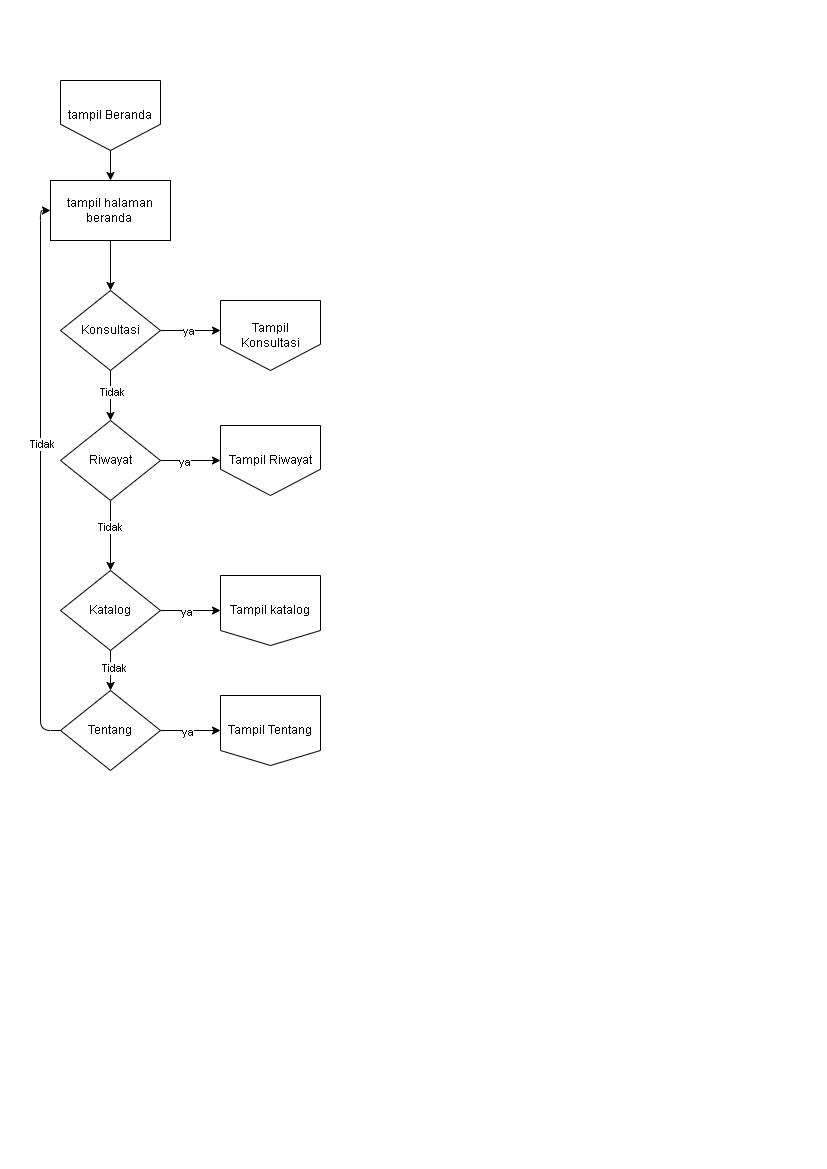
This is diagram/flowchart/beranda_user.png from Jinsky/Jinsky, a draw.io export, as it was before one commit. Source tidied: cells renumbered, new cells last; positions are measured from the earlier drawing's top-left corner, leaving out a move shared by most shapes. The source it was exported from:
```xml
<mxGraphModel>
  <root>
    <mxCell id="0" />
    <mxCell id="1" parent="0" />
    <mxCell id="2" style="rounded=0;whiteSpace=wrap;html=1;fillColor=#ffffff;strokeColor=none;" parent="1" vertex="1">
      <mxGeometry width="827" height="1169" as="geometry" />
    </mxCell>
    <mxCell id="3" style="edgeStyle=none;html=1;" parent="1" edge="1" source="7">
      <mxGeometry relative="1" as="geometry">
        <mxPoint x="220" y="330" as="targetPoint" />
      </mxGeometry>
    </mxCell>
    <mxCell id="4" value="ya" style="edgeLabel;html=1;align=center;verticalAlign=middle;" parent="3" vertex="1">
      <mxGeometry x="-0.11" relative="1" as="geometry" />
    </mxCell>
    <mxCell id="5" style="edgeStyle=none;html=1;" parent="1" edge="1" source="7" target="12">
      <mxGeometry relative="1" as="geometry" />
    </mxCell>
    <mxCell id="6" value="Tidak" style="edgeLabel;html=1;align=center;verticalAlign=middle;" parent="5" vertex="1">
      <mxGeometry x="-0.18" y="1" relative="1" as="geometry" />
    </mxCell>
    <mxCell id="7" value="Konsultasi" style="rhombus;whiteSpace=wrap;html=1;fontSize=12;fillColor=#ffffff;strokeColor=#000000;" parent="1" vertex="1">
      <mxGeometry x="60" y="290" width="100" height="80" as="geometry" />
    </mxCell>
    <mxCell id="8" style="edgeStyle=none;html=1;" parent="1" edge="1" source="12" target="23">
      <mxGeometry relative="1" as="geometry" />
    </mxCell>
    <mxCell id="9" value="ya" style="edgeLabel;html=1;align=center;verticalAlign=middle;" parent="8" vertex="1">
      <mxGeometry x="-0.24" y="-1" relative="1" as="geometry" />
    </mxCell>
    <mxCell id="10" style="edgeStyle=none;html=1;" parent="1" edge="1" source="12" target="17">
      <mxGeometry relative="1" as="geometry" />
    </mxCell>
    <mxCell id="11" value="Tidak" style="edgeLabel;html=1;align=center;verticalAlign=middle;" parent="10" vertex="1">
      <mxGeometry x="-0.25" y="-1" relative="1" as="geometry" />
    </mxCell>
    <mxCell id="12" value="Riwayat" style="rhombus;whiteSpace=wrap;html=1;fontSize=12;fillColor=#ffffff;strokeColor=#000000;" parent="1" vertex="1">
      <mxGeometry x="60" y="420" width="100" height="80" as="geometry" />
    </mxCell>
    <mxCell id="13" style="edgeStyle=none;html=1;" parent="1" edge="1" source="17" target="24">
      <mxGeometry relative="1" as="geometry" />
    </mxCell>
    <mxCell id="14" value="ya" style="edgeLabel;html=1;align=center;verticalAlign=middle;" parent="13" vertex="1">
      <mxGeometry x="-0.17" y="-1" relative="1" as="geometry" />
    </mxCell>
    <mxCell id="15" style="edgeStyle=none;html=1;" parent="1" edge="1" source="17" target="29">
      <mxGeometry relative="1" as="geometry" />
    </mxCell>
    <mxCell id="16" value="Tidak" style="edgeLabel;html=1;align=center;verticalAlign=middle;" parent="15" vertex="1">
      <mxGeometry x="-0.17" y="3" relative="1" as="geometry" />
    </mxCell>
    <mxCell id="17" value="Katalog" style="rhombus;whiteSpace=wrap;html=1;fontSize=12;fillColor=#ffffff;strokeColor=#000000;" parent="1" vertex="1">
      <mxGeometry x="60" y="570" width="100" height="80" as="geometry" />
    </mxCell>
    <mxCell id="18" style="edgeStyle=none;html=1;" parent="1" edge="1" source="19" target="7">
      <mxGeometry relative="1" as="geometry" />
    </mxCell>
    <mxCell id="19" value="tampil halaman beranda&amp;nbsp;" style="rounded=0;whiteSpace=wrap;html=1;fontSize=12;fillColor=#ffffff;strokeColor=#000000;" parent="1" vertex="1">
      <mxGeometry x="50" y="180" width="120" height="60" as="geometry" />
    </mxCell>
    <mxCell id="20" style="edgeStyle=none;html=1;" parent="1" edge="1" source="21" target="19">
      <mxGeometry relative="1" as="geometry" />
    </mxCell>
    <mxCell id="21" value="tampil Beranda" style="shape=offPageConnector;whiteSpace=wrap;html=1;" parent="1" vertex="1">
      <mxGeometry x="60" y="80" width="100" height="70" as="geometry" />
    </mxCell>
    <mxCell id="22" value="Tampil Konsultasi" style="shape=offPageConnector;whiteSpace=wrap;html=1;" parent="1" vertex="1">
      <mxGeometry x="220" y="300" width="100" height="70" as="geometry" />
    </mxCell>
    <mxCell id="23" value="Tampil Riwayat" style="shape=offPageConnector;whiteSpace=wrap;html=1;" parent="1" vertex="1">
      <mxGeometry x="220" y="425" width="100" height="70" as="geometry" />
    </mxCell>
    <mxCell id="24" value="Tampil katalog" style="shape=offPageConnector;whiteSpace=wrap;html=1;size=0.21428571428571427;" parent="1" vertex="1">
      <mxGeometry x="220" y="575" width="100" height="70" as="geometry" />
    </mxCell>
    <mxCell id="25" style="edgeStyle=orthogonalEdgeStyle;html=1;entryX=0;entryY=0.5;entryDx=0;entryDy=0;exitX=0;exitY=0.5;exitDx=0;exitDy=0;" parent="1" edge="1" source="29" target="19">
      <mxGeometry relative="1" as="geometry" />
    </mxCell>
    <mxCell id="26" value="Tidak" style="edgeLabel;html=1;align=center;verticalAlign=middle;" parent="25" vertex="1">
      <mxGeometry x="0.12" y="-1" relative="1" as="geometry" />
    </mxCell>
    <mxCell id="27" style="edgeStyle=none;html=1;" parent="1" edge="1" source="29" target="30">
      <mxGeometry relative="1" as="geometry" />
    </mxCell>
    <mxCell id="28" value="ya" style="edgeLabel;html=1;align=center;verticalAlign=middle;" parent="27" vertex="1">
      <mxGeometry x="-0.12" y="-1" relative="1" as="geometry" />
    </mxCell>
    <mxCell id="29" value="Tentang" style="rhombus;whiteSpace=wrap;html=1;fontSize=12;fillColor=#ffffff;strokeColor=#000000;" parent="1" vertex="1">
      <mxGeometry x="60" y="690" width="100" height="80" as="geometry" />
    </mxCell>
    <mxCell id="30" value="Tampil Tentang" style="shape=offPageConnector;whiteSpace=wrap;html=1;size=0.21428571428571427;" parent="1" vertex="1">
      <mxGeometry x="220" y="695" width="100" height="70" as="geometry" />
    </mxCell>
  </root>
</mxGraphModel>
```
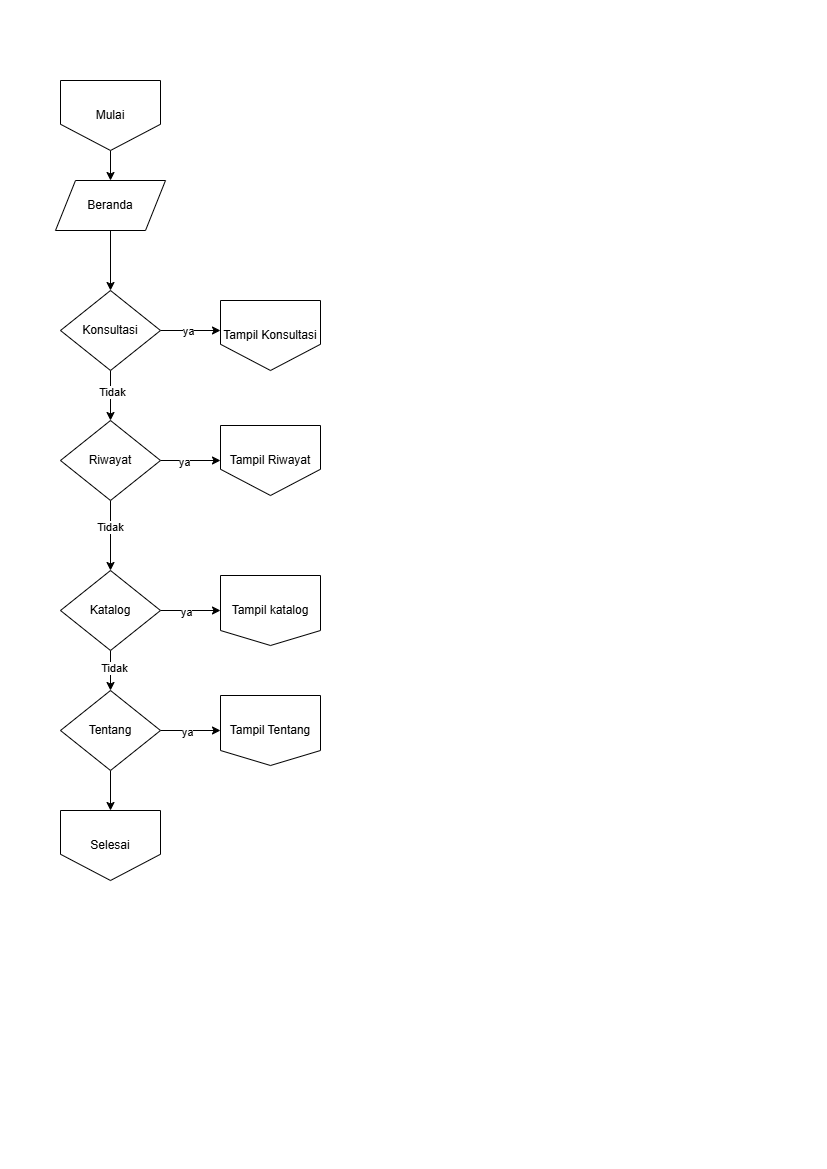
Above is the later version.

Diff of the diagram source:
```diff
@@ -52,16 +52,10 @@
     <mxCell id="17" value="Katalog" style="rhombus;whiteSpace=wrap;html=1;fontSize=12;fillColor=#ffffff;strokeColor=#000000;" parent="1" vertex="1">
       <mxGeometry x="60" y="570" width="100" height="80" as="geometry" />
     </mxCell>
-    <mxCell id="18" style="edgeStyle=none;html=1;" parent="1" edge="1" source="19" target="7">
-      <mxGeometry relative="1" as="geometry" />
-    </mxCell>
-    <mxCell id="19" value="tampil halaman beranda&amp;nbsp;" style="rounded=0;whiteSpace=wrap;html=1;fontSize=12;fillColor=#ffffff;strokeColor=#000000;" parent="1" vertex="1">
-      <mxGeometry x="50" y="180" width="120" height="60" as="geometry" />
-    </mxCell>
-    <mxCell id="20" style="edgeStyle=none;html=1;" parent="1" edge="1" source="21" target="19">
-      <mxGeometry relative="1" as="geometry" />
-    </mxCell>
+    <mxCell id="31" style="edgeStyle=none;html=1;" parent="1" edge="1" source="21" target="34">
+      <mxGeometry relative="1" as="geometry" />
+    </mxCell>
-    <mxCell id="21" value="tampil Beranda" style="shape=offPageConnector;whiteSpace=wrap;html=1;" parent="1" vertex="1">
+    <mxCell id="21" value="Mulai" style="shape=offPageConnector;whiteSpace=wrap;html=1;" parent="1" vertex="1">
       <mxGeometry x="60" y="80" width="100" height="70" as="geometry" />
     </mxCell>
     <mxCell id="22" value="Tampil Konsultasi" style="shape=offPageConnector;whiteSpace=wrap;html=1;" parent="1" vertex="1">
@@ -73,23 +67,29 @@
     <mxCell id="24" value="Tampil katalog" style="shape=offPageConnector;whiteSpace=wrap;html=1;size=0.21428571428571427;" parent="1" vertex="1">
       <mxGeometry x="220" y="575" width="100" height="70" as="geometry" />
     </mxCell>
-    <mxCell id="25" style="edgeStyle=orthogonalEdgeStyle;html=1;entryX=0;entryY=0.5;entryDx=0;entryDy=0;exitX=0;exitY=0.5;exitDx=0;exitDy=0;" parent="1" edge="1" source="29" target="19">
-      <mxGeometry relative="1" as="geometry" />
-    </mxCell>
-    <mxCell id="26" value="Tidak" style="edgeLabel;html=1;align=center;verticalAlign=middle;" parent="25" vertex="1">
-      <mxGeometry x="0.12" y="-1" relative="1" as="geometry" />
-    </mxCell>
     <mxCell id="27" style="edgeStyle=none;html=1;" parent="1" edge="1" source="29" target="30">
       <mxGeometry relative="1" as="geometry" />
     </mxCell>
     <mxCell id="28" value="ya" style="edgeLabel;html=1;align=center;verticalAlign=middle;" parent="27" vertex="1">
       <mxGeometry x="-0.12" y="-1" relative="1" as="geometry" />
     </mxCell>
+    <mxCell id="32" style="edgeStyle=none;html=1;" parent="1" edge="1" source="29" target="35">
+      <mxGeometry relative="1" as="geometry" />
+    </mxCell>
     <mxCell id="29" value="Tentang" style="rhombus;whiteSpace=wrap;html=1;fontSize=12;fillColor=#ffffff;strokeColor=#000000;" parent="1" vertex="1">
       <mxGeometry x="60" y="690" width="100" height="80" as="geometry" />
     </mxCell>
     <mxCell id="30" value="Tampil Tentang" style="shape=offPageConnector;whiteSpace=wrap;html=1;size=0.21428571428571427;" parent="1" vertex="1">
       <mxGeometry x="220" y="695" width="100" height="70" as="geometry" />
     </mxCell>
+    <mxCell id="33" style="edgeStyle=none;html=1;" parent="1" edge="1" source="34" target="7">
+      <mxGeometry relative="1" as="geometry" />
+    </mxCell>
+    <mxCell id="34" value="Beranda" style="shape=parallelogram;perimeter=parallelogramPerimeter;whiteSpace=wrap;html=1;fixedSize=1;" parent="1" vertex="1">
+      <mxGeometry x="55" y="180" width="110" height="50" as="geometry" />
+    </mxCell>
+    <mxCell id="35" value="Selesai" style="shape=offPageConnector;whiteSpace=wrap;html=1;" parent="1" vertex="1">
+      <mxGeometry x="60" y="810" width="100" height="70" as="geometry" />
+    </mxCell>
   </root>
 </mxGraphModel>
```
